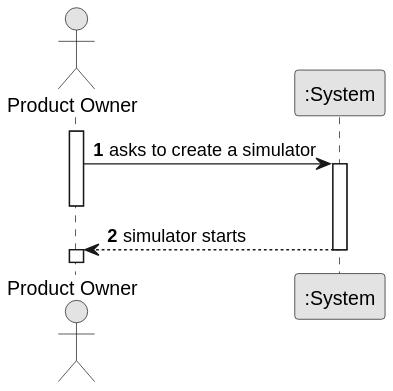
Above: docs/sprint1/us012/01.requirements-engineering/svg/us012-system-sequence-diagram.svg in ivasduarte/all-aboard (PlantUML), before the change. The source it was exported from:
```plantuml
@startuml
skinparam monochrome true
skinparam packageStyle rectangle
skinparam shadowing false

autonumber

actor "Product Owner" as ProductOwner
participant ":System" as System

activate ProductOwner

    ProductOwner -> System : asks to create a simulator
    activate System
    deactivate ProductOwner

    System --> ProductOwner : simulator starts
    deactivate System
    activate ProductOwner
@enduml
```
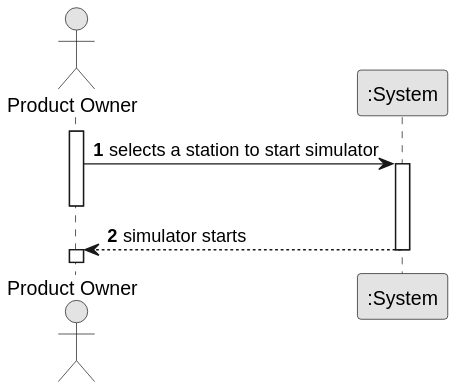
Above is the later version.

Commit message:
US012(docs): Updaated Documention

What changed in the source:
```diff
@@ -10,7 +10,7 @@
 
 activate ProductOwner
 
-    ProductOwner -> System : asks to create a simulator
+    ProductOwner -> System : selects a station to start simulator
     activate System
     deactivate ProductOwner
 
```
